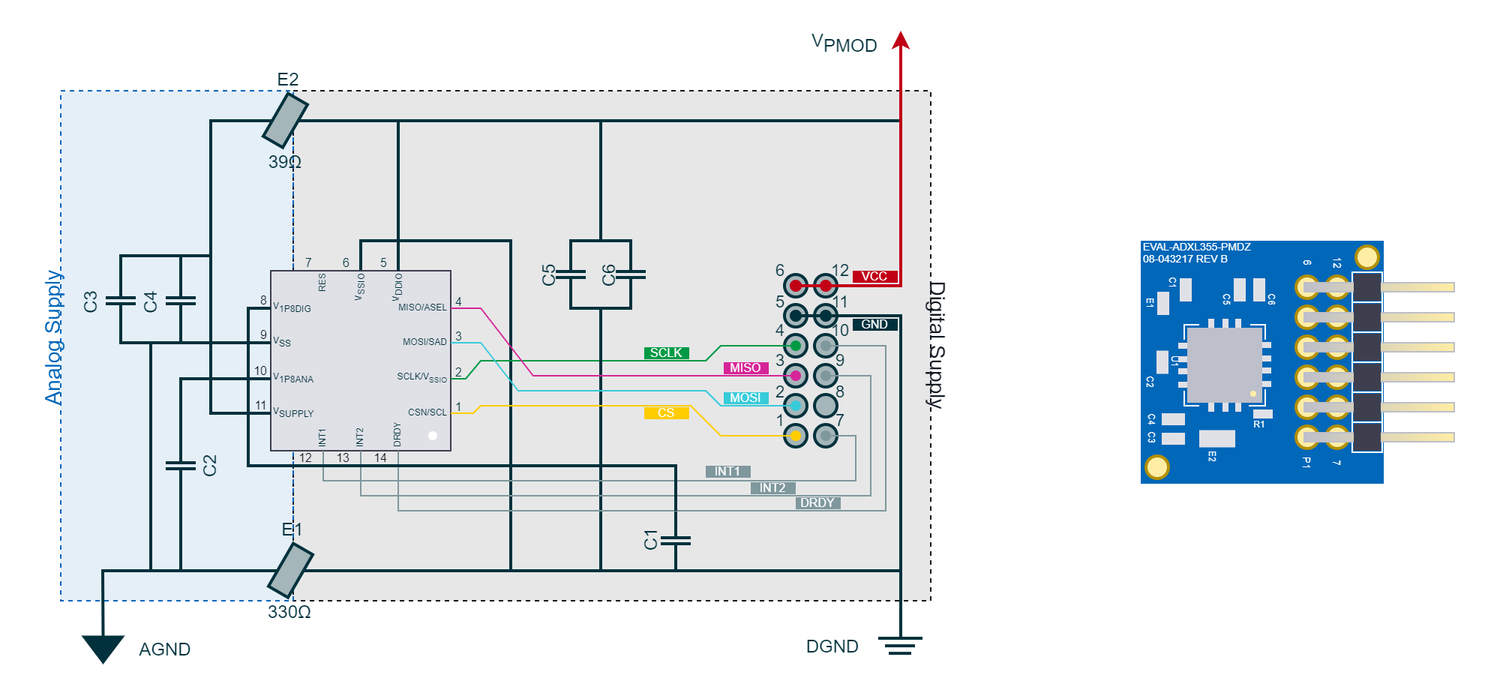
This is draw.io/Articles/ChibiOS/Examples and exercises/Hands-on exercise with the ADXL355 and ChibiOS SPI/EVAL-ADXL355-PMDZ Schematic (PE).png from PLAY-Embedded/pe_assets, a draw.io export, as it was before one commit. Source tidied: cells renumbered, new cells last; positions are measured from the earlier drawing's top-left corner, leaving out a move shared by most shapes.
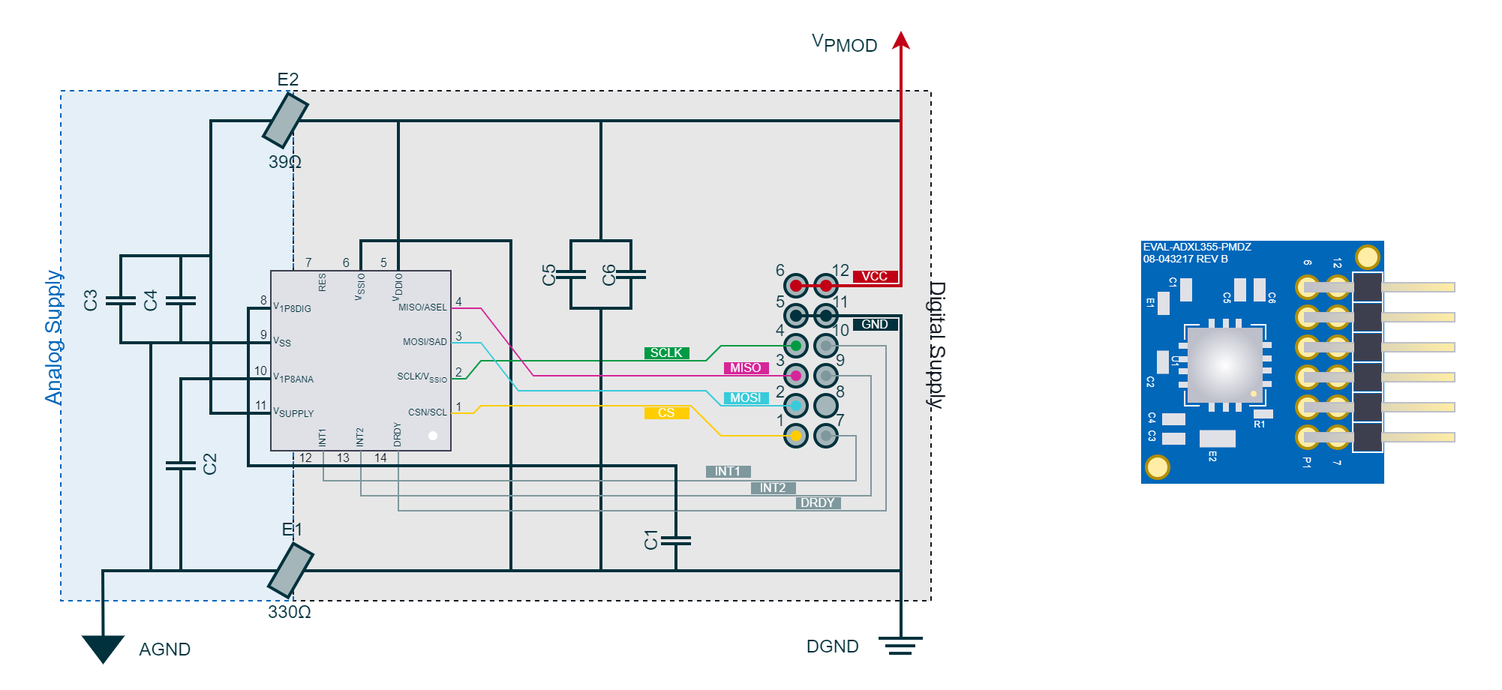
The same diagram one commit later.

Diff of the diagram source:
```diff
@@ -182,7 +182,7 @@
     <mxCell id="56" style="ellipse;whiteSpace=wrap;html=1;strokeColor=#B28F00;strokeWidth=2;fontFamily=Arial;fontSize=20;fontColor=#101820;fillColor=#FFEDA5;" parent="1" vertex="1">
       <mxGeometry x="763.5" y="303.5" width="15" height="15" as="geometry" />
     </mxCell>
-    <mxCell id="57" style="whiteSpace=wrap;html=1;strokeColor=none;strokeWidth=2;fontFamily=Arial;fontSize=20;fontColor=#101820;fillColor=#BDBFCA;" parent="1" vertex="1">
+    <mxCell id="57" style="whiteSpace=wrap;html=1;strokeColor=none;strokeWidth=2;fontFamily=Arial;fontSize=20;fontColor=#101820;fillColor=#FFFFFF;gradientColor=#BDBFCA;gradientDirection=radial;fillStyle=auto;glass=0;rounded=0;shadow=0;" parent="1" vertex="1">
       <mxGeometry x="791" y="218" width="50" height="50" as="geometry" />
     </mxCell>
     <mxCell id="58" style="rounded=0;whiteSpace=wrap;html=1;strokeColor=none;strokeWidth=2;fontFamily=Arial;fontSize=20;fontColor=#101820;fillColor=#E0E1E7;" parent="1" vertex="1">
```
